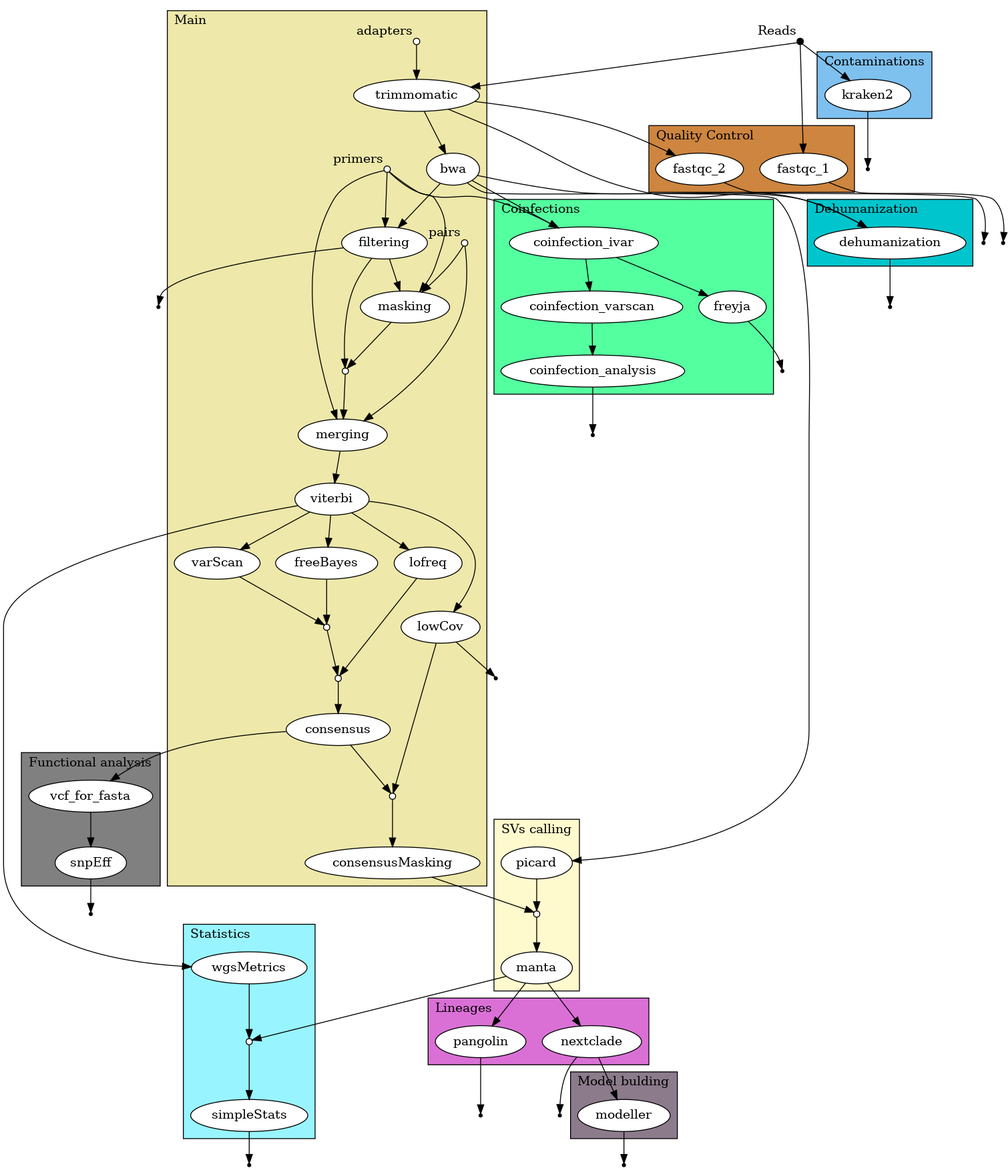
Earlier version of the Graphviz export flowchart.png (mkadlof/plepiseq-wgs-pipeline). Its source is kept beside it as flowchart.dot.
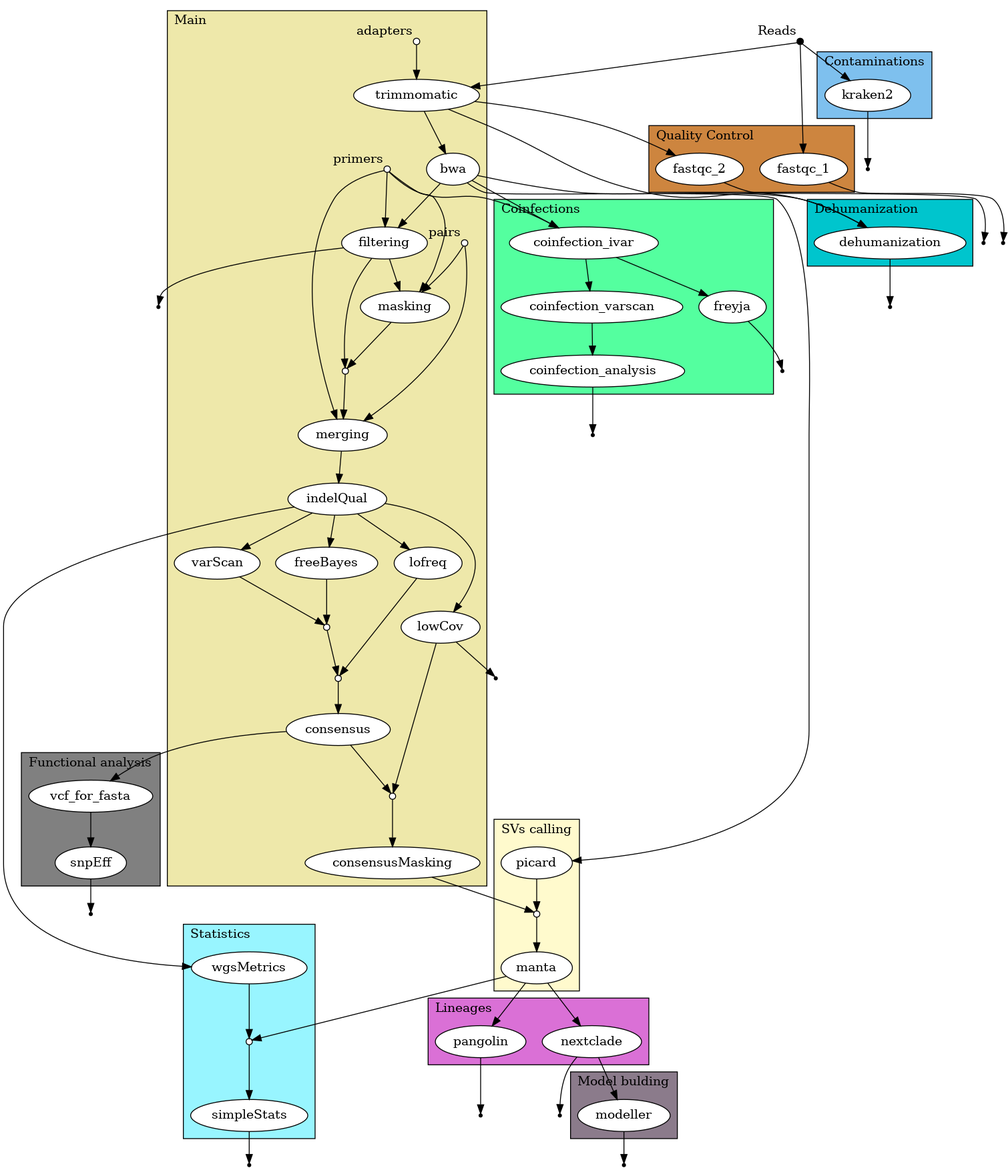
The same diagram one commit later.

What changed in the source:
```diff
@@ -33,7 +33,7 @@
     v20 [label="masking"];
     v21 [shape=circle,label="",fixedsize=true,width=0.1]; // join
     v22 [label="merging"];
-    v24 [label="viterbi"];
+    v24 [label="indelQual"];
     v26 [label="lowCov"];
 
     v28 [label="varScan"];
```
